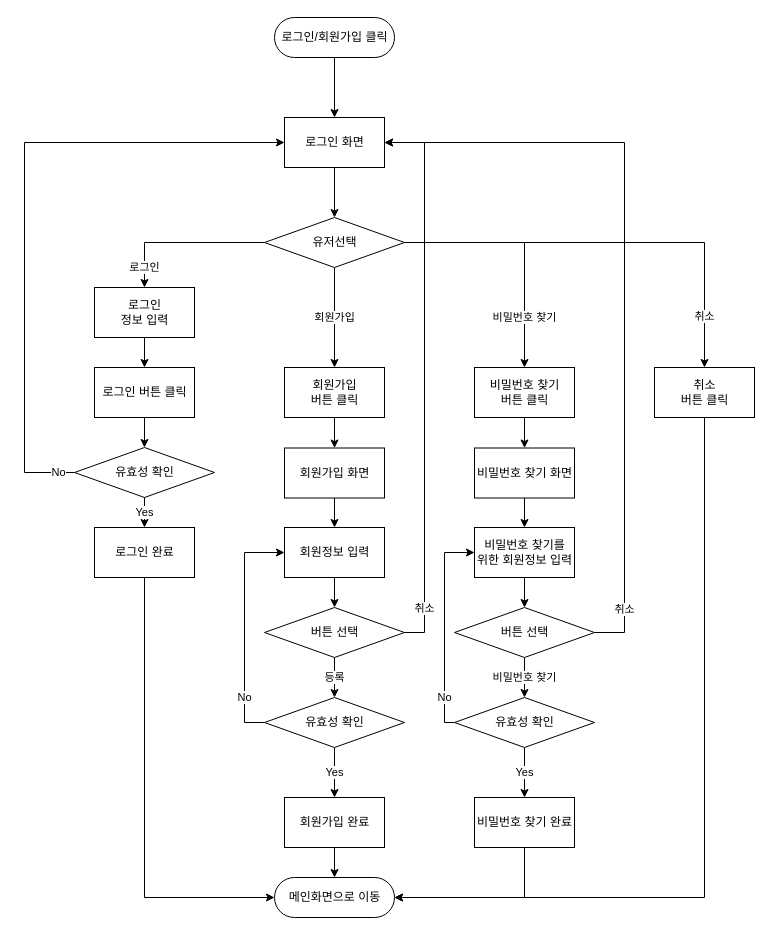
This is Untitled Diagram.drawio from vankze34/ds_gym, a draw.io file, before an edit. Source tidied: cells renumbered, new cells numbered last; positions are measured from the earlier drawing's top-left corner, leaving out a move shared by most shapes. Both pictures are drawn from the tidied source at 100%, with x=0, y=0 at pixel (24, 17).
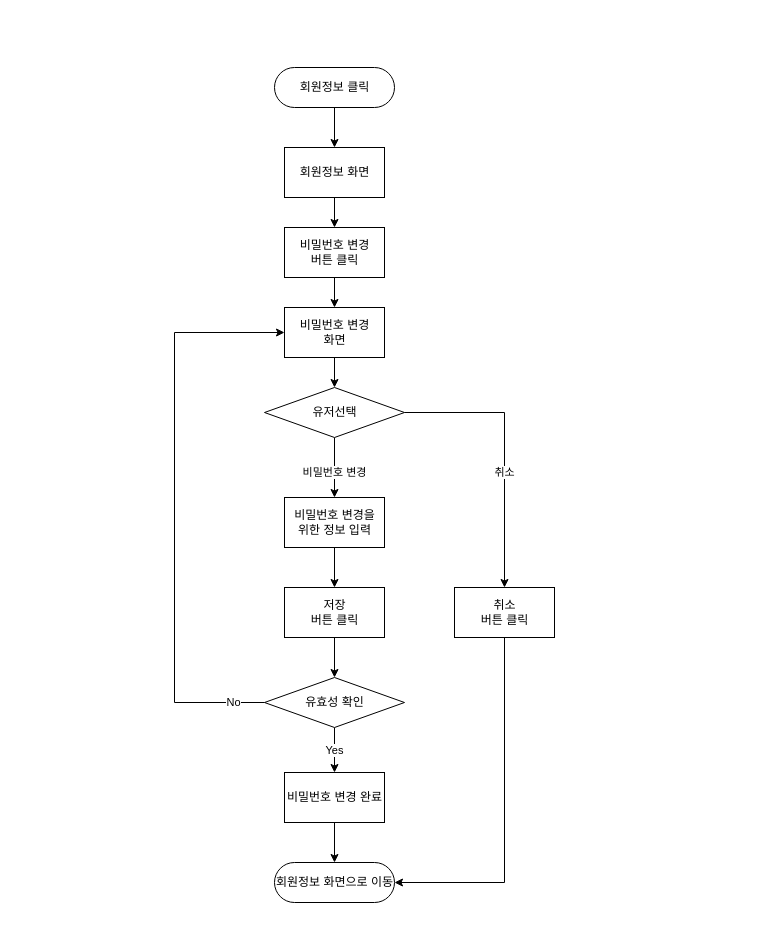
The same page after the edit.

Commit message:
user_info

What changed in the source:
```diff
@@
-    <mxCell id="3" value="로그인/회원가입 클릭" style="html=1;dashed=0;whitespace=wrap;shape=mxgraph.dfd.start;" parent="1" vertex="1">
-      <mxGeometry x="250" width="120" height="40" as="geometry" />
+    <mxCell id="3" value="회원정보 클릭" style="html=1;dashed=0;whitespace=wrap;shape=mxgraph.dfd.start;" parent="1" vertex="1">
+      <mxGeometry x="250" y="50" width="120" height="40" as="geometry" />
     </mxCell>
-    <mxCell id="4" style="edgeStyle=orthogonalEdgeStyle;jettySize=auto;html=1;entryX=0.5;entryY=0;entryDx=0;entryDy=0;" parent="1" edge="1" source="5" target="10">
-      <mxGeometry relative="1" as="geometry" />
-    </mxCell>
+    <mxCell id="51" style="edgeStyle=orthogonalEdgeStyle;rounded=0;jettySize=auto;html=1;entryX=0.5;entryY=0;entryDx=0;entryDy=0;" parent="1" edge="1" source="5" target="54">
+      <mxGeometry relative="1" as="geometry" />
+    </mxCell>
-    <mxCell id="5" value="로그인 화면" style="html=1;dashed=0;whitespace=wrap;" parent="1" vertex="1">
-      <mxGeometry x="260" y="100" width="100" height="50" as="geometry" />
+    <mxCell id="5" value="회원정보 화면" style="html=1;dashed=0;whitespace=wrap;" parent="1" vertex="1">
+      <mxGeometry x="260" y="130" width="100" height="50" as="geometry" />
     </mxCell>
-    <mxCell id="6" value="로그인" style="edgeStyle=orthogonalEdgeStyle;rounded=0;jettySize=auto;html=1;entryX=0.5;entryY=0;entryDx=0;entryDy=0;" parent="1" edge="1" source="10" target="12">
-      <mxGeometry x="0.76" relative="1" as="geometry" />
-    </mxCell>
-    <mxCell id="7" value="회원가입" style="edgeStyle=orthogonalEdgeStyle;rounded=0;jettySize=auto;html=1;entryX=0.5;entryY=0;entryDx=0;entryDy=0;" parent="1" edge="1" source="10" target="14">
-      <mxGeometry relative="1" as="geometry" />
-    </mxCell>
-    <mxCell id="8" value="비밀번호 찾기" style="edgeStyle=orthogonalEdgeStyle;rounded=0;jettySize=auto;html=1;entryX=0.5;entryY=0;entryDx=0;entryDy=0;" parent="1" edge="1" source="10" target="16">
-      <mxGeometry x="0.59" relative="1" as="geometry" />
-    </mxCell>
+    <mxCell id="52" value="비밀번호 변경" style="edgeStyle=orthogonalEdgeStyle;rounded=0;jettySize=auto;html=1;entryX=0.5;entryY=0;entryDx=0;entryDy=0;" parent="1" edge="1" source="10" target="56">
+      <mxGeometry x="0.17" relative="1" as="geometry" />
+    </mxCell>
-    <mxCell id="9" value="취소" style="edgeStyle=orthogonalEdgeStyle;rounded=0;jettySize=auto;html=1;entryX=0.5;entryY=0;entryDx=0;entryDy=0;" parent="1" edge="1" source="10" target="34">
-      <mxGeometry x="0.76" relative="1" as="geometry" />
+    <mxCell id="9" value="취소" style="edgeStyle=orthogonalEdgeStyle;rounded=0;jettySize=auto;html=1;" parent="1" edge="1" source="10" target="34">
+      <mxGeometry x="0.16" relative="1" as="geometry" />
     </mxCell>
     <mxCell id="10" value="유저선택" style="shape=rhombus;html=1;dashed=0;whitespace=wrap;perimeter=rhombusPerimeter;" parent="1" vertex="1">
-      <mxGeometry x="240" y="200" width="140" height="50" as="geometry" />
+      <mxGeometry x="240" y="370" width="140" height="50" as="geometry" />
     </mxCell>
-    <mxCell id="11" style="edgeStyle=orthogonalEdgeStyle;rounded=0;jettySize=auto;html=1;entryX=0.5;entryY=0;entryDx=0;entryDy=0;" parent="1" edge="1" source="12" target="18">
-      <mxGeometry relative="1" as="geometry" />
-    </mxCell>
-    <mxCell id="12" value="로그인&lt;br&gt;정보 입력" style="html=1;dashed=0;whitespace=wrap;" parent="1" vertex="1">
-      <mxGeometry x="70" y="270" width="100" height="50" as="geometry" />
-    </mxCell>
-    <mxCell id="13" style="edgeStyle=orthogonalEdgeStyle;rounded=0;jettySize=auto;html=1;" parent="1" edge="1" source="14" target="25">
-      <mxGeometry relative="1" as="geometry" />
-    </mxCell>
-    <mxCell id="14" value="회원가입&lt;br&gt;버튼 클릭" style="html=1;dashed=0;whitespace=wrap;" parent="1" vertex="1">
-      <mxGeometry x="260" y="350" width="100" height="50" as="geometry" />
-    </mxCell>
-    <mxCell id="15" style="edgeStyle=orthogonalEdgeStyle;rounded=0;jettySize=auto;html=1;entryX=0.5;entryY=0;entryDx=0;entryDy=0;" parent="1" edge="1" source="16" target="27">
-      <mxGeometry relative="1" as="geometry" />
-    </mxCell>
-    <mxCell id="16" value="비밀번호 찾기&lt;br&gt;버튼 클릭" style="html=1;dashed=0;whitespace=wrap;" parent="1" vertex="1">
-      <mxGeometry x="450" y="350" width="100" height="50" as="geometry" />
-    </mxCell>
-    <mxCell id="17" style="edgeStyle=orthogonalEdgeStyle;rounded=0;jettySize=auto;html=1;entryX=0.5;entryY=0;entryDx=0;entryDy=0;" parent="1" edge="1" source="18" target="21">
-      <mxGeometry relative="1" as="geometry" />
-    </mxCell>
-    <mxCell id="18" value="로그인 버튼 클릭" style="html=1;dashed=0;whitespace=wrap;" parent="1" vertex="1">
-      <mxGeometry x="70" y="350" width="100" height="50" as="geometry" />
-    </mxCell>
-    <mxCell id="19" value="No" style="edgeStyle=orthogonalEdgeStyle;rounded=0;jettySize=auto;html=1;entryX=0;entryY=0.5;entryDx=0;entryDy=0;" parent="1" edge="1" source="21" target="5">
-      <mxGeometry x="-0.95" relative="1" as="geometry">
-        <Array as="points">
-          <mxPoint y="455" />
-          <mxPoint y="125" />
-        </Array>
-      </mxGeometry>
-    </mxCell>
-    <mxCell id="20" value="Yes" style="edgeStyle=orthogonalEdgeStyle;rounded=0;jettySize=auto;html=1;entryX=0.5;entryY=0;entryDx=0;entryDy=0;" parent="1" edge="1" source="21" target="23">
-      <mxGeometry relative="1" as="geometry" />
-    </mxCell>
-    <mxCell id="21" value="유효성 확인" style="shape=rhombus;html=1;dashed=0;whitespace=wrap;perimeter=rhombusPerimeter;" parent="1" vertex="1">
-      <mxGeometry x="50" y="430" width="140" height="50" as="geometry" />
-    </mxCell>
-    <mxCell id="22" style="edgeStyle=orthogonalEdgeStyle;rounded=0;jettySize=auto;html=1;entryX=0;entryY=0.5;entryDx=0;entryDy=0;entryPerimeter=0;" parent="1" edge="1" source="23" target="44">
-      <mxGeometry relative="1" as="geometry">
-        <Array as="points">
-          <mxPoint x="120" y="880" />
-        </Array>
-      </mxGeometry>
-    </mxCell>
-    <mxCell id="23" value="로그인 완료" style="html=1;dashed=0;whitespace=wrap;" parent="1" vertex="1">
-      <mxGeometry x="70" y="510" width="100" height="50" as="geometry" />
-    </mxCell>
-    <mxCell id="24" style="edgeStyle=orthogonalEdgeStyle;rounded=0;jettySize=auto;html=1;entryX=0.5;entryY=0;entryDx=0;entryDy=0;" parent="1" edge="1" source="25" target="29">
-      <mxGeometry relative="1" as="geometry" />
-    </mxCell>
-    <mxCell id="25" value="회원가입 화면" style="html=1;dashed=0;whitespace=wrap;" parent="1" vertex="1">
-      <mxGeometry x="260" y="430.5" width="100" height="50" as="geometry" />
-    </mxCell>
-    <mxCell id="26" style="edgeStyle=orthogonalEdgeStyle;rounded=0;jettySize=auto;html=1;entryX=0.5;entryY=0;entryDx=0;entryDy=0;" parent="1" edge="1" source="27" target="36">
-      <mxGeometry relative="1" as="geometry" />
-    </mxCell>
-    <mxCell id="27" value="비밀번호 찾기 화면" style="html=1;dashed=0;whitespace=wrap;" parent="1" vertex="1">
-      <mxGeometry x="450" y="430.5" width="100" height="50" as="geometry" />
-    </mxCell>
-    <mxCell id="28" style="edgeStyle=orthogonalEdgeStyle;rounded=0;jettySize=auto;html=1;entryX=0.5;entryY=0;entryDx=0;entryDy=0;" parent="1" edge="1" source="29" target="32">
-      <mxGeometry relative="1" as="geometry" />
-    </mxCell>
-    <mxCell id="29" value="회원정보 입력" style="html=1;dashed=0;whitespace=wrap;" parent="1" vertex="1">
-      <mxGeometry x="260" y="510" width="100" height="50" as="geometry" />
-    </mxCell>
-    <mxCell id="30" value="등록" style="edgeStyle=orthogonalEdgeStyle;rounded=0;jettySize=auto;html=1;entryX=0.5;entryY=0;entryDx=0;entryDy=0;" parent="1" edge="1" source="32" target="47">
-      <mxGeometry relative="1" as="geometry" />
-    </mxCell>
-    <mxCell id="31" value="취소" style="edgeStyle=orthogonalEdgeStyle;rounded=0;jettySize=auto;html=1;entryX=1;entryY=0.5;entryDx=0;entryDy=0;" parent="1" edge="1" source="32" target="5">
-      <mxGeometry x="-0.84" relative="1" as="geometry">
-        <Array as="points">
-          <mxPoint x="400" y="615" />
-          <mxPoint x="400" y="125" />
-        </Array>
-      </mxGeometry>
-    </mxCell>
-    <mxCell id="32" value="버튼 선택" style="shape=rhombus;html=1;dashed=0;whitespace=wrap;perimeter=rhombusPerimeter;" parent="1" vertex="1">
-      <mxGeometry x="240" y="590" width="140" height="50" as="geometry" />
-    </mxCell>
-    <mxCell id="33" style="edgeStyle=orthogonalEdgeStyle;rounded=0;jettySize=auto;html=1;entryX=1;entryY=0.5;entryDx=0;entryDy=0;entryPerimeter=0;" parent="1" edge="1" source="34" target="44">
-      <mxGeometry relative="1" as="geometry">
-        <Array as="points">
-          <mxPoint x="680" y="880" />
-        </Array>
-      </mxGeometry>
-    </mxCell>
+    <mxCell id="53" style="edgeStyle=orthogonalEdgeStyle;rounded=0;jettySize=auto;html=1;entryX=0.5;entryY=0;entryDx=0;entryDy=0;" parent="1" edge="1" source="54" target="64">
+      <mxGeometry relative="1" as="geometry" />
+    </mxCell>
+    <mxCell id="54" value="비밀번호 변경&lt;br&gt;버튼 클릭" style="html=1;dashed=0;whitespace=wrap;" parent="1" vertex="1">
+      <mxGeometry x="260" y="210" width="100" height="50" as="geometry" />
+    </mxCell>
+    <mxCell id="55" style="edgeStyle=orthogonalEdgeStyle;rounded=0;jettySize=auto;html=1;entryX=0.5;entryY=0;entryDx=0;entryDy=0;" parent="1" edge="1" source="56" target="59">
+      <mxGeometry relative="1" as="geometry" />
+    </mxCell>
+    <mxCell id="56" value="비밀번호 변경을&lt;br&gt;위한 정보 입력" style="html=1;dashed=0;whitespace=wrap;" parent="1" vertex="1">
+      <mxGeometry x="260" y="480" width="100" height="50" as="geometry" />
+    </mxCell>
+    <mxCell id="57" style="edgeStyle=orthogonalEdgeStyle;rounded=0;jettySize=auto;html=1;entryX=1;entryY=0.5;entryDx=0;entryDy=0;entryPerimeter=0;exitX=0.5;exitY=1;exitDx=0;exitDy=0;" parent="1" edge="1" source="34" target="67">
+      <mxGeometry relative="1" as="geometry">
+        <Array as="points">
+          <mxPoint x="480" y="865" />
+        </Array>
+      </mxGeometry>
+    </mxCell>
     <mxCell id="34" value="취소&lt;br&gt;버튼 클릭" style="html=1;dashed=0;whitespace=wrap;" parent="1" vertex="1">
-      <mxGeometry x="630" y="350" width="100" height="50" as="geometry" />
+      <mxGeometry x="430" y="570" width="100" height="50" as="geometry" />
     </mxCell>
-    <mxCell id="35" style="edgeStyle=orthogonalEdgeStyle;rounded=0;jettySize=auto;html=1;" parent="1" edge="1" source="36" target="41">
-      <mxGeometry relative="1" as="geometry" />
-    </mxCell>
-    <mxCell id="36" value="비밀번호 찾기를&lt;br&gt;위한 회원정보 입력" style="html=1;dashed=0;whitespace=wrap;" parent="1" vertex="1">
-      <mxGeometry x="450" y="510" width="100" height="50" as="geometry" />
-    </mxCell>
-    <mxCell id="37" style="edgeStyle=orthogonalEdgeStyle;rounded=0;jettySize=auto;html=1;entryX=0.5;entryY=0.5;entryDx=0;entryDy=-20;entryPerimeter=0;" parent="1" edge="1" source="38" target="44">
-      <mxGeometry relative="1" as="geometry" />
-    </mxCell>
-    <mxCell id="38" value="회원가입 완료" style="html=1;dashed=0;whitespace=wrap;" parent="1" vertex="1">
-      <mxGeometry x="260" y="780" width="100" height="50" as="geometry" />
-    </mxCell>
-    <mxCell id="39" value="비밀번호 찾기" style="edgeStyle=orthogonalEdgeStyle;rounded=0;jettySize=auto;html=1;entryX=0.5;entryY=0;entryDx=0;entryDy=0;" parent="1" edge="1" source="41" target="50">
-      <mxGeometry relative="1" as="geometry" />
-    </mxCell>
-    <mxCell id="40" value="취소" style="edgeStyle=orthogonalEdgeStyle;rounded=0;jettySize=auto;html=1;entryX=1;entryY=0.5;entryDx=0;entryDy=0;" parent="1" edge="1" source="41" target="5">
-      <mxGeometry x="-0.86" relative="1" as="geometry">
-        <Array as="points">
-          <mxPoint x="600" y="615" />
-          <mxPoint x="600" y="125" />
-        </Array>
-      </mxGeometry>
-    </mxCell>
-    <mxCell id="41" value="버튼 선택" style="shape=rhombus;html=1;dashed=0;whitespace=wrap;perimeter=rhombusPerimeter;" parent="1" vertex="1">
-      <mxGeometry x="430" y="590" width="140" height="50" as="geometry" />
-    </mxCell>
-    <mxCell id="42" style="edgeStyle=orthogonalEdgeStyle;rounded=0;jettySize=auto;html=1;entryX=1;entryY=0.5;entryDx=0;entryDy=0;entryPerimeter=0;" parent="1" edge="1" source="43" target="44">
-      <mxGeometry relative="1" as="geometry">
-        <Array as="points">
-          <mxPoint x="500" y="880" />
-        </Array>
-      </mxGeometry>
-    </mxCell>
-    <mxCell id="43" value="비밀번호 찾기 완료" style="html=1;dashed=0;whitespace=wrap;" parent="1" vertex="1">
-      <mxGeometry x="450" y="780" width="100" height="50" as="geometry" />
-    </mxCell>
-    <mxCell id="44" value="메인화면으로 이동" style="html=1;dashed=0;whitespace=wrap;shape=mxgraph.dfd.start;" parent="1" vertex="1">
-      <mxGeometry x="250" y="860" width="120" height="40" as="geometry" />
-    </mxCell>
-    <mxCell id="45" value="Yes" style="edgeStyle=orthogonalEdgeStyle;rounded=0;jettySize=auto;html=1;entryX=0.5;entryY=0;entryDx=0;entryDy=0;" parent="1" edge="1" source="47" target="38">
-      <mxGeometry relative="1" as="geometry" />
-    </mxCell>
-    <mxCell id="46" value="No" style="edgeStyle=orthogonalEdgeStyle;rounded=0;jettySize=auto;html=1;entryX=0;entryY=0.5;entryDx=0;entryDy=0;" parent="1" edge="1" source="47" target="29">
-      <mxGeometry x="-0.61" relative="1" as="geometry">
-        <Array as="points">
-          <mxPoint x="220" y="705" />
-          <mxPoint x="220" y="535" />
-        </Array>
-      </mxGeometry>
-    </mxCell>
-    <mxCell id="47" value="유효성 확인" style="shape=rhombus;html=1;dashed=0;whitespace=wrap;perimeter=rhombusPerimeter;" parent="1" vertex="1">
-      <mxGeometry x="240" y="680" width="140" height="50" as="geometry" />
-    </mxCell>
-    <mxCell id="48" value="Yes" style="edgeStyle=orthogonalEdgeStyle;rounded=0;jettySize=auto;html=1;entryX=0.5;entryY=0;entryDx=0;entryDy=0;" parent="1" edge="1" source="50" target="43">
-      <mxGeometry relative="1" as="geometry" />
-    </mxCell>
-    <mxCell id="49" value="No" style="edgeStyle=orthogonalEdgeStyle;rounded=0;jettySize=auto;html=1;entryX=0;entryY=0.5;entryDx=0;entryDy=0;" parent="1" edge="1" source="50" target="36">
-      <mxGeometry x="-0.67" relative="1" as="geometry">
-        <Array as="points">
-          <mxPoint x="420" y="705" />
-          <mxPoint x="420" y="535" />
-        </Array>
-      </mxGeometry>
-    </mxCell>
-    <mxCell id="50" value="유효성 확인" style="shape=rhombus;html=1;dashed=0;whitespace=wrap;perimeter=rhombusPerimeter;" parent="1" vertex="1">
-      <mxGeometry x="430" y="680" width="140" height="50" as="geometry" />
-    </mxCell>
+    <mxCell id="58" style="edgeStyle=orthogonalEdgeStyle;rounded=0;jettySize=auto;html=1;" parent="1" edge="1" source="59" target="62">
+      <mxGeometry relative="1" as="geometry" />
+    </mxCell>
+    <mxCell id="59" value="저장&lt;br&gt;버튼 클릭" style="html=1;dashed=0;whitespace=wrap;" parent="1" vertex="1">
+      <mxGeometry x="260" y="570" width="100" height="50" as="geometry" />
+    </mxCell>
+    <mxCell id="60" value="No" style="edgeStyle=orthogonalEdgeStyle;rounded=0;jettySize=auto;html=1;entryX=0;entryY=0.5;entryDx=0;entryDy=0;" parent="1" edge="1" source="62" target="64">
+      <mxGeometry x="-0.89" relative="1" as="geometry">
+        <Array as="points">
+          <mxPoint x="150" y="685" />
+          <mxPoint x="150" y="315" />
+        </Array>
+      </mxGeometry>
+    </mxCell>
+    <mxCell id="61" value="Yes" style="edgeStyle=orthogonalEdgeStyle;rounded=0;jettySize=auto;html=1;entryX=0.5;entryY=0;entryDx=0;entryDy=0;" parent="1" edge="1" source="62" target="66">
+      <mxGeometry relative="1" as="geometry" />
+    </mxCell>
+    <mxCell id="62" value="유효성 확인" style="shape=rhombus;html=1;dashed=0;whitespace=wrap;perimeter=rhombusPerimeter;" parent="1" vertex="1">
+      <mxGeometry x="240" y="660" width="140" height="50" as="geometry" />
+    </mxCell>
+    <mxCell id="63" style="edgeStyle=orthogonalEdgeStyle;rounded=0;jettySize=auto;html=1;entryX=0.5;entryY=0;entryDx=0;entryDy=0;" parent="1" edge="1" source="64" target="10">
+      <mxGeometry relative="1" as="geometry" />
+    </mxCell>
+    <mxCell id="64" value="비밀번호 변경&lt;br&gt;화면" style="html=1;dashed=0;whitespace=wrap;" parent="1" vertex="1">
+      <mxGeometry x="260" y="290" width="100" height="50" as="geometry" />
+    </mxCell>
+    <mxCell id="65" style="edgeStyle=orthogonalEdgeStyle;rounded=0;jettySize=auto;html=1;entryX=0.5;entryY=0.5;entryDx=0;entryDy=-20;entryPerimeter=0;" parent="1" edge="1" source="66" target="67">
+      <mxGeometry relative="1" as="geometry" />
+    </mxCell>
+    <mxCell id="66" value="비밀번호 변경 완료" style="html=1;dashed=0;whitespace=wrap;" parent="1" vertex="1">
+      <mxGeometry x="260" y="755" width="100" height="50" as="geometry" />
+    </mxCell>
+    <mxCell id="67" value="회원정보 화면으로 이동" style="html=1;dashed=0;whitespace=wrap;shape=mxgraph.dfd.start;" parent="1" vertex="1">
+      <mxGeometry x="250" y="845" width="120" height="40" as="geometry" />
+    </mxCell>
```
